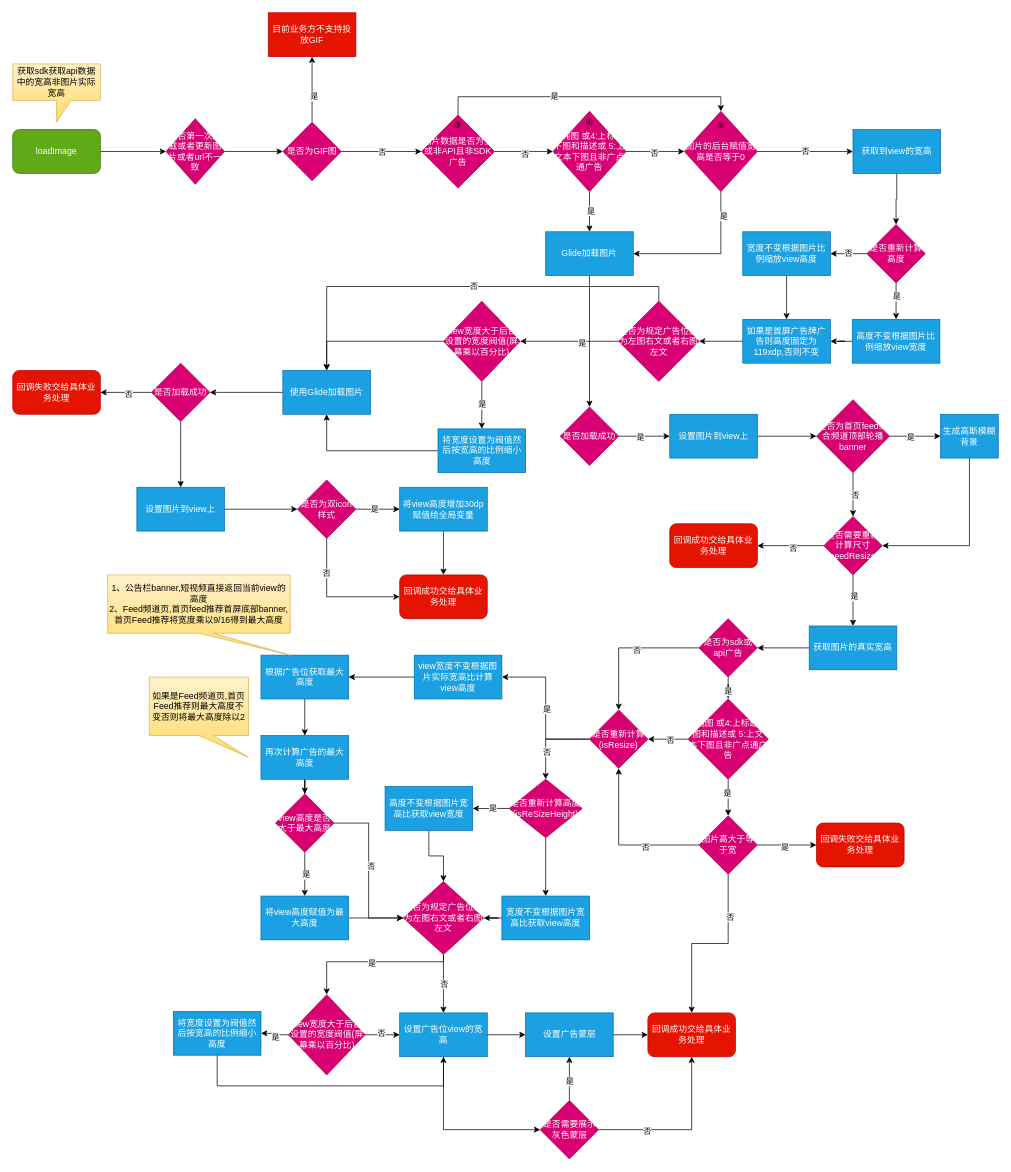
The draw.io diagram moji/banner广告位图片渲染流程梳理.drawio in HengqianSong/drawIO, before the edit. Source tidied: cells renumbered, new cells numbered last; positions are measured from the earlier drawing's top-left corner, leaving out a move shared by most shapes. Both pictures are drawn from the tidied source at 73%, with x=0, y=0 at pixel (12, 12).
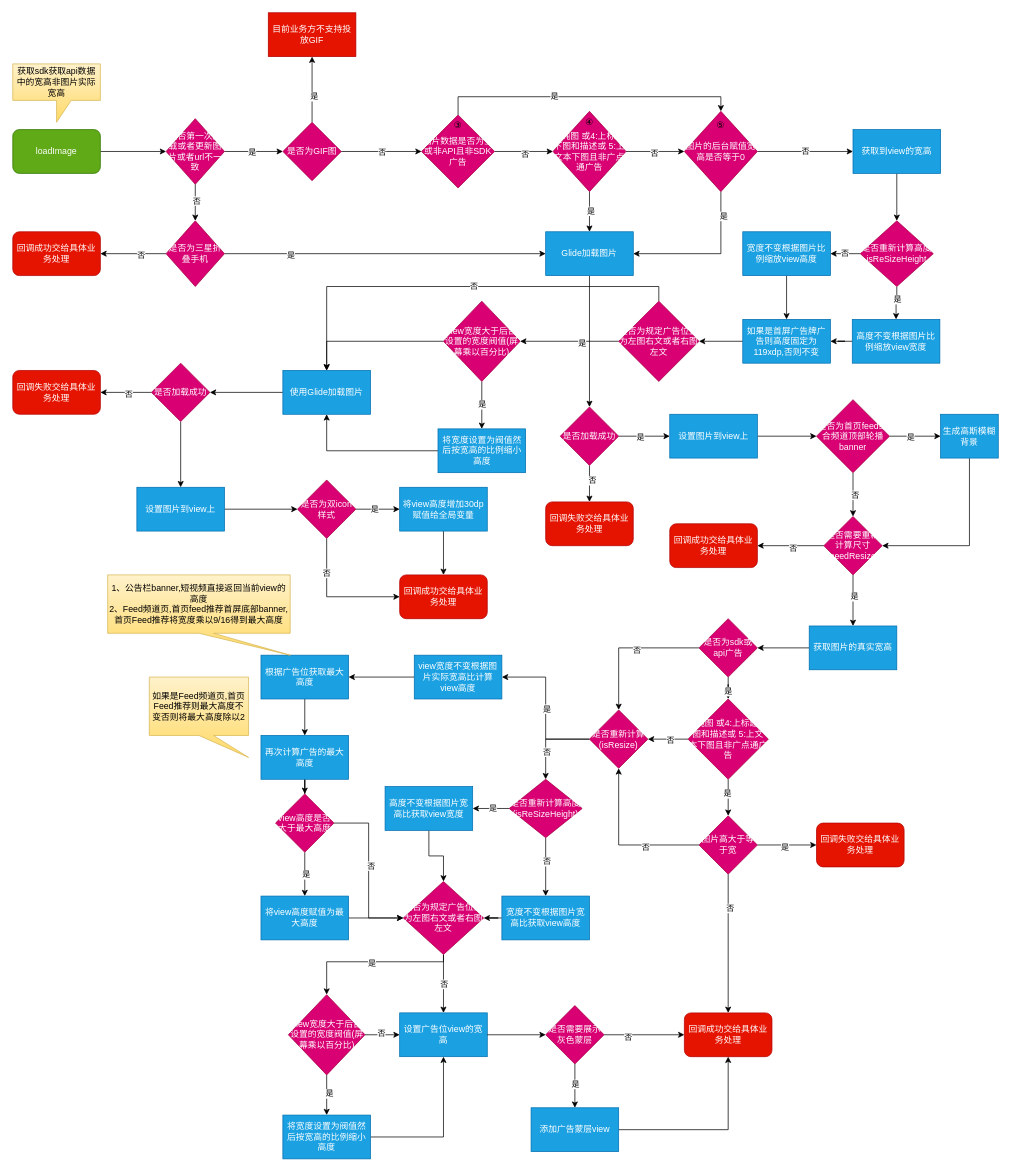
The same page after the edit.

Commit message:
更新banner广告位图片渲染流程梳理.drawio

Unchanged cells that the change refers to:
```xml
<mxCell id="4" style="edgeStyle=orthogonalEdgeStyle;rounded=0;jettySize=auto;html=1;" parent="1" edge="1" source="5" target="11">
  <mxGeometry relative="1" as="geometry" />
</mxCell>
<mxCell id="5" value="是否第一次加载或者更新图片或者url不一致" style="rhombus;whiteSpace=wrap;html=1;fillColor=#d80073;fontColor=#ffffff;strokeColor=#A50040;" parent="1" vertex="1">
  <mxGeometry x="210" y="145" width="80" height="90" as="geometry" />
</mxCell>
<mxCell id="28" value="Glide加载图片" style="whiteSpace=wrap;html=1;fillColor=#1ba1e2;fontColor=#ffffff;strokeColor=#006EAF;" parent="1" vertex="1">
  <mxGeometry x="730" y="300" width="120" height="60" as="geometry" />
</mxCell>
<mxCell id="71" value="是否加载成功" style="rhombus;whiteSpace=wrap;html=1;fillColor=#d80073;fontColor=#ffffff;strokeColor=#A50040;" parent="1" vertex="1">
  <mxGeometry x="750" y="540" width="80" height="80" as="geometry" />
</mxCell>
<mxCell id="129" style="edgeStyle=orthogonalEdgeStyle;rounded=0;jettySize=auto;html=1;" parent="1" edge="1" source="130" target="134">
  <mxGeometry relative="1" as="geometry" />
</mxCell>
<mxCell id="148" value="设置广告位view的宽高" style="rounded=0;whiteSpace=wrap;html=1;fillColor=#1ba1e2;fontColor=#ffffff;strokeColor=#006EAF;" parent="1" vertex="1">
  <mxGeometry x="530" y="1370" width="120" height="60" as="geometry" />
</mxCell>
```

Diff of the diagram source:
```diff
@@
+    <mxCell id="161" value="是" style="edgeLabel;html=1;align=center;verticalAlign=middle;" parent="4" vertex="1">
+      <mxGeometry x="-0.07" y="-1" relative="1" as="geometry" />
+    </mxCell>
+    <mxCell id="162" style="edgeStyle=orthogonalEdgeStyle;rounded=0;jettySize=auto;html=1;" parent="1" edge="1" source="5" target="171">
+      <mxGeometry relative="1" as="geometry" />
+    </mxCell>
+    <mxCell id="163" value="否" style="edgeLabel;html=1;align=center;verticalAlign=middle;" parent="162" vertex="1">
+      <mxGeometry x="-0.13" y="1" relative="1" as="geometry" />
+    </mxCell>
@@
-    <mxCell id="34" value="是否重新计算高度" style="rhombus;whiteSpace=wrap;html=1;fillColor=#d80073;fontColor=#ffffff;strokeColor=#A50040;" parent="1" vertex="1">
-      <mxGeometry x="1170" y="290" width="80" height="80" as="geometry" />
+    <mxCell id="34" value="是否重新计算高度&lt;div&gt;isReSizeHeight&lt;br&gt;&lt;/div&gt;" style="rhombus;whiteSpace=wrap;html=1;fillColor=#d80073;fontColor=#ffffff;strokeColor=#A50040;" parent="1" vertex="1">
+      <mxGeometry x="1161" y="285" width="100" height="90" as="geometry" />
     </mxCell>
@@
+    <mxCell id="164" style="edgeStyle=orthogonalEdgeStyle;rounded=0;jettySize=auto;html=1;" parent="1" edge="1" source="71" target="173">
+      <mxGeometry relative="1" as="geometry" />
+    </mxCell>
+    <mxCell id="165" value="否" style="edgeLabel;html=1;align=center;verticalAlign=middle;" parent="164" vertex="1">
+      <mxGeometry x="-0.2" y="3" relative="1" as="geometry" />
+    </mxCell>
@@
+    <mxCell id="166" value="否" style="edgeLabel;html=1;align=center;verticalAlign=middle;" parent="129" vertex="1">
+      <mxGeometry x="-0.2" y="1" relative="1" as="geometry" />
+    </mxCell>
@@
     <mxCell id="145" style="edgeStyle=orthogonalEdgeStyle;rounded=0;jettySize=auto;html=1;entryX=0.5;entryY=1;entryDx=0;entryDy=0;" parent="1" edge="1" source="146" target="148">
       <mxGeometry relative="1" as="geometry">
         <Array as="points">
-          <mxPoint x="280" y="1470" />
-          <mxPoint x="590" y="1470" />
+          <mxPoint x="590" y="1540" />
         </Array>
       </mxGeometry>
     </mxCell>
     <mxCell id="146" value="将宽度设置为阀值然后按宽高的比例缩小高度" style="rounded=0;whiteSpace=wrap;html=1;fillColor=#1ba1e2;fontColor=#ffffff;strokeColor=#006EAF;" parent="1" vertex="1">
-      <mxGeometry x="220" y="1368" width="120" height="60" as="geometry" />
+      <mxGeometry x="370" y="1510" width="120" height="60" as="geometry" />
     </mxCell>
-    <mxCell id="147" style="edgeStyle=orthogonalEdgeStyle;rounded=0;jettySize=auto;html=1;exitX=0.5;exitY=1;exitDx=0;exitDy=0;entryX=0;entryY=0.5;entryDx=0;entryDy=0;" parent="1" edge="1" source="148" target="153">
-      <mxGeometry relative="1" as="geometry" />
-    </mxCell>
@@
     <mxCell id="153" value="是否需要展示灰色蒙层" style="rhombus;whiteSpace=wrap;html=1;rounded=0;fillColor=#d80073;fontColor=#ffffff;strokeColor=#A50040;" parent="1" vertex="1">
-      <mxGeometry x="722.5" y="1490" width="80" height="80" as="geometry" />
+      <mxGeometry x="730" y="1360" width="80" height="80" as="geometry" />
     </mxCell>
     <mxCell id="154" value="回调成功交给具体业务处理" style="whiteSpace=wrap;html=1;rounded=1;fillColor=#e51400;fontColor=#ffffff;strokeColor=#B20000;rotation=0;" parent="1" vertex="1">
-      <mxGeometry x="870" y="1370" width="120" height="60" as="geometry" />
+      <mxGeometry x="920" y="1370" width="120" height="60" as="geometry" />
     </mxCell>
@@
-    <mxCell id="156" style="edgeStyle=orthogonalEdgeStyle;rounded=0;jettySize=auto;html=1;" parent="1" edge="1" source="148" target="157">
+    <mxCell id="156" style="edgeStyle=orthogonalEdgeStyle;rounded=0;jettySize=auto;html=1;entryX=0;entryY=0.5;entryDx=0;entryDy=0;" parent="1" edge="1" source="148" target="153">
       <mxGeometry relative="1" as="geometry" />
     </mxCell>
-    <mxCell id="157" value="设置广告蒙层" style="whiteSpace=wrap;html=1;rounded=0;fillColor=#1ba1e2;fontColor=#ffffff;strokeColor=#006EAF;" parent="1" vertex="1">
-      <mxGeometry x="702.5" y="1370" width="120" height="60" as="geometry" />
+    <mxCell id="157" value="添加广告蒙层view" style="whiteSpace=wrap;html=1;rounded=0;fillColor=#1ba1e2;fontColor=#ffffff;strokeColor=#006EAF;" parent="1" vertex="1">
+      <mxGeometry x="710" y="1500" width="120" height="60" as="geometry" />
     </mxCell>
@@
+    <mxCell id="167" style="edgeStyle=orthogonalEdgeStyle;rounded=0;jettySize=auto;html=1;" parent="1" edge="1" source="171" target="28">
+      <mxGeometry relative="1" as="geometry" />
+    </mxCell>
+    <mxCell id="168" value="是" style="edgeLabel;html=1;align=center;verticalAlign=middle;" parent="167" vertex="1">
+      <mxGeometry x="-0.59" y="-1" relative="1" as="geometry" />
+    </mxCell>
+    <mxCell id="169" style="edgeStyle=orthogonalEdgeStyle;rounded=0;jettySize=auto;html=1;" parent="1" edge="1" source="171" target="172">
+      <mxGeometry relative="1" as="geometry" />
+    </mxCell>
+    <mxCell id="170" value="否" style="edgeLabel;html=1;align=center;verticalAlign=middle;" parent="169" vertex="1">
+      <mxGeometry x="-0.22" y="2" relative="1" as="geometry" />
+    </mxCell>
+    <mxCell id="171" value="是否为三星折叠手机" style="rhombus;whiteSpace=wrap;html=1;fillColor=#d80073;fontColor=#ffffff;strokeColor=#A50040;" parent="1" vertex="1">
+      <mxGeometry x="210" y="285" width="80" height="90" as="geometry" />
+    </mxCell>
+    <mxCell id="172" value="回调成功交给具体业务处理" style="whiteSpace=wrap;html=1;rounded=1;fillColor=#e51400;fontColor=#ffffff;strokeColor=#B20000;" parent="1" vertex="1">
+      <mxGeometry y="300" width="120" height="60" as="geometry" />
+    </mxCell>
+    <mxCell id="173" value="回调失败交给具体业务处理" style="rounded=1;whiteSpace=wrap;html=1;fillColor=#e51400;fontColor=#ffffff;strokeColor=#B20000;" parent="1" vertex="1">
+      <mxGeometry x="730" y="670" width="120" height="60" as="geometry" />
+    </mxCell>
```
